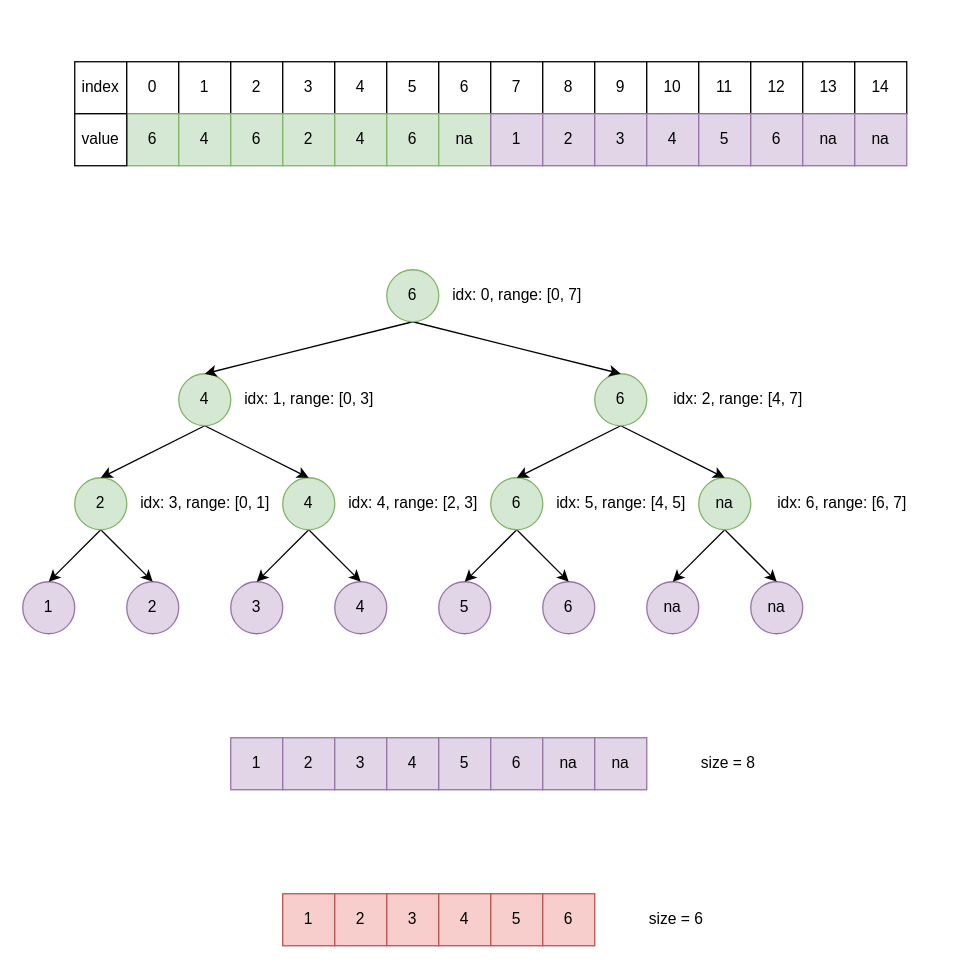
ZiqingYip/moment keeps this draw.io diagram as segment_tree.drawio. Above is the earlier version. Source tidied: cells renumbered, new cells numbered last; positions are measured from the earlier drawing's top-left corner, leaving out a move shared by most shapes. Both pictures are drawn from the tidied source at 130%, with x=0, y=0 at pixel (22, 61).
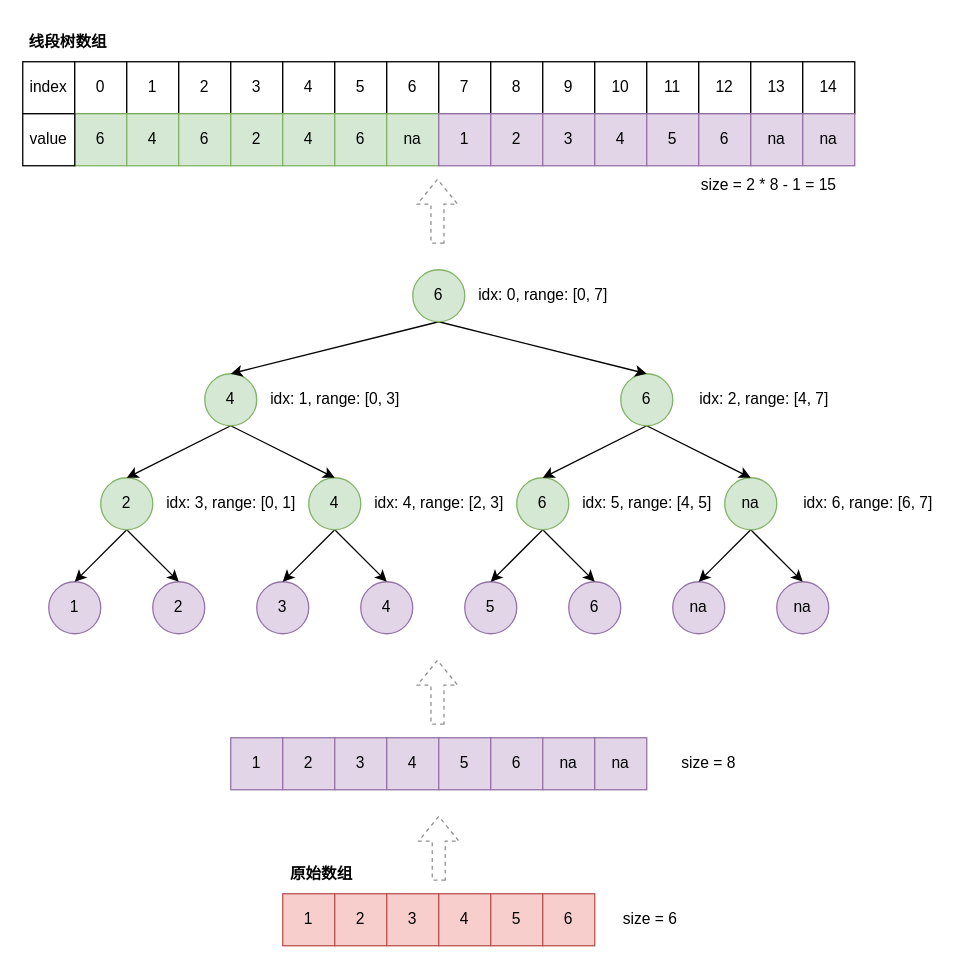
The same page after the edit.

The edit, as a diff of the source:
```diff
@@
     <mxCell id="16" value="1" style="ellipse;whiteSpace=wrap;html=1;fillColor=#e1d5e7;strokeColor=#9673a6;" parent="1" vertex="1">
-      <mxGeometry y="400" width="40" height="40" as="geometry" />
+      <mxGeometry x="20" y="400" width="40" height="40" as="geometry" />
     </mxCell>
     <mxCell id="17" value="2" style="ellipse;whiteSpace=wrap;html=1;fillColor=#e1d5e7;strokeColor=#9673a6;" parent="1" vertex="1">
-      <mxGeometry x="80" y="400" width="40" height="40" as="geometry" />
+      <mxGeometry x="100" y="400" width="40" height="40" as="geometry" />
     </mxCell>
     <mxCell id="18" value="3" style="ellipse;whiteSpace=wrap;html=1;fillColor=#e1d5e7;strokeColor=#9673a6;" parent="1" vertex="1">
-      <mxGeometry x="160" y="400" width="40" height="40" as="geometry" />
+      <mxGeometry x="180" y="400" width="40" height="40" as="geometry" />
     </mxCell>
     <mxCell id="19" value="4" style="ellipse;whiteSpace=wrap;html=1;fillColor=#e1d5e7;strokeColor=#9673a6;" parent="1" vertex="1">
-      <mxGeometry x="240" y="400" width="40" height="40" as="geometry" />
+      <mxGeometry x="260" y="400" width="40" height="40" as="geometry" />
     </mxCell>
     <mxCell id="20" value="5" style="ellipse;whiteSpace=wrap;html=1;fillColor=#e1d5e7;strokeColor=#9673a6;" parent="1" vertex="1">
-      <mxGeometry x="320" y="400" width="40" height="40" as="geometry" />
+      <mxGeometry x="340" y="400" width="40" height="40" as="geometry" />
     </mxCell>
     <mxCell id="21" value="6" style="ellipse;whiteSpace=wrap;html=1;fillColor=#e1d5e7;strokeColor=#9673a6;" parent="1" vertex="1">
-      <mxGeometry x="400" y="400" width="40" height="40" as="geometry" />
+      <mxGeometry x="420" y="400" width="40" height="40" as="geometry" />
     </mxCell>
     <mxCell id="22" value="na" style="ellipse;whiteSpace=wrap;html=1;fillColor=#e1d5e7;strokeColor=#9673a6;" parent="1" vertex="1">
-      <mxGeometry x="480" y="400" width="40" height="40" as="geometry" />
+      <mxGeometry x="500" y="400" width="40" height="40" as="geometry" />
     </mxCell>
     <mxCell id="23" value="na" style="ellipse;whiteSpace=wrap;html=1;fillColor=#e1d5e7;strokeColor=#9673a6;" parent="1" vertex="1">
-      <mxGeometry x="560" y="400" width="40" height="40" as="geometry" />
+      <mxGeometry x="580" y="400" width="40" height="40" as="geometry" />
     </mxCell>
@@
     <mxCell id="26" value="2" style="ellipse;whiteSpace=wrap;html=1;fillColor=#d5e8d4;strokeColor=#82b366;" parent="1" vertex="1">
-      <mxGeometry x="40" y="320" width="40" height="40" as="geometry" />
+      <mxGeometry x="60" y="320" width="40" height="40" as="geometry" />
     </mxCell>
@@
     <mxCell id="29" value="na" style="ellipse;whiteSpace=wrap;html=1;fillColor=#d5e8d4;strokeColor=#82b366;" parent="1" vertex="1">
-      <mxGeometry x="520" y="320" width="40" height="40" as="geometry" />
+      <mxGeometry x="540" y="320" width="40" height="40" as="geometry" />
     </mxCell>
@@
     <mxCell id="32" value="4" style="ellipse;whiteSpace=wrap;html=1;fillColor=#d5e8d4;strokeColor=#82b366;" parent="1" vertex="1">
-      <mxGeometry x="200" y="320" width="40" height="40" as="geometry" />
+      <mxGeometry x="220" y="320" width="40" height="40" as="geometry" />
     </mxCell>
@@
     <mxCell id="35" value="6" style="ellipse;whiteSpace=wrap;html=1;fillColor=#d5e8d4;strokeColor=#82b366;" parent="1" vertex="1">
-      <mxGeometry x="360" y="320" width="40" height="40" as="geometry" />
+      <mxGeometry x="380" y="320" width="40" height="40" as="geometry" />
     </mxCell>
@@
     <mxCell id="38" value="4" style="ellipse;whiteSpace=wrap;html=1;fillColor=#d5e8d4;strokeColor=#82b366;" parent="1" vertex="1">
-      <mxGeometry x="120" y="240" width="40" height="40" as="geometry" />
+      <mxGeometry x="140" y="240" width="40" height="40" as="geometry" />
     </mxCell>
@@
     <mxCell id="41" value="6" style="ellipse;whiteSpace=wrap;html=1;fillColor=#d5e8d4;strokeColor=#82b366;" parent="1" vertex="1">
-      <mxGeometry x="440" y="240" width="40" height="40" as="geometry" />
+      <mxGeometry x="460" y="240" width="40" height="40" as="geometry" />
     </mxCell>
@@
     <mxCell id="44" value="6" style="ellipse;whiteSpace=wrap;html=1;fillColor=#d5e8d4;strokeColor=#82b366;" parent="1" vertex="1">
-      <mxGeometry x="280" y="160" width="40" height="40" as="geometry" />
+      <mxGeometry x="300" y="160" width="40" height="40" as="geometry" />
     </mxCell>
     <mxCell id="45" value="idx: 0, range: [0, 7]" style="text;html=1;align=center;verticalAlign=middle;strokeColor=none;fillColor=none;" parent="1" vertex="1">
-      <mxGeometry x="320" y="165" width="120" height="30" as="geometry" />
+      <mxGeometry x="340" y="165" width="120" height="30" as="geometry" />
     </mxCell>
     <mxCell id="46" value="idx: 1, range: [0, 3]" style="text;html=1;align=center;verticalAlign=middle;strokeColor=none;fillColor=none;" parent="1" vertex="1">
-      <mxGeometry x="160" y="245" width="120" height="30" as="geometry" />
+      <mxGeometry x="180" y="245" width="120" height="30" as="geometry" />
     </mxCell>
     <mxCell id="47" value="idx: 2, range: [4, 7]" style="text;html=1;align=center;verticalAlign=middle;strokeColor=none;fillColor=none;" parent="1" vertex="1">
-      <mxGeometry x="490" y="245" width="120" height="30" as="geometry" />
+      <mxGeometry x="510" y="245" width="120" height="30" as="geometry" />
     </mxCell>
     <mxCell id="48" value="idx: 3, range: [0, 1]" style="text;html=1;align=center;verticalAlign=middle;strokeColor=none;fillColor=none;" parent="1" vertex="1">
-      <mxGeometry x="80" y="325" width="120" height="30" as="geometry" />
+      <mxGeometry x="100" y="325" width="120" height="30" as="geometry" />
     </mxCell>
     <mxCell id="49" value="idx: 4, range: [2, 3]" style="text;html=1;align=center;verticalAlign=middle;strokeColor=none;fillColor=none;" parent="1" vertex="1">
-      <mxGeometry x="240" y="325" width="120" height="30" as="geometry" />
+      <mxGeometry x="260" y="325" width="120" height="30" as="geometry" />
     </mxCell>
     <mxCell id="50" value="idx: 5, range: [4, 5]" style="text;html=1;align=center;verticalAlign=middle;strokeColor=none;fillColor=none;" parent="1" vertex="1">
-      <mxGeometry x="400" y="325" width="120" height="30" as="geometry" />
+      <mxGeometry x="420" y="325" width="120" height="30" as="geometry" />
     </mxCell>
     <mxCell id="51" value="idx: 6, range: [6, 7]" style="text;html=1;align=center;verticalAlign=middle;strokeColor=none;fillColor=none;" parent="1" vertex="1">
-      <mxGeometry x="570" y="325" width="120" height="30" as="geometry" />
+      <mxGeometry x="590" y="325" width="120" height="30" as="geometry" />
     </mxCell>
     <mxCell id="52" value="size = 6" style="text;html=1;align=left;verticalAlign=middle;strokeColor=none;fillColor=none;" parent="1" vertex="1">
-      <mxGeometry x="480" y="645" width="70" height="30" as="geometry" />
+      <mxGeometry x="460" y="645" width="70" height="30" as="geometry" />
     </mxCell>
     <mxCell id="53" value="size = 8" style="text;html=1;align=left;verticalAlign=middle;strokeColor=none;fillColor=none;" parent="1" vertex="1">
-      <mxGeometry x="520" y="525" width="70" height="30" as="geometry" />
+      <mxGeometry x="505" y="525" width="70" height="30" as="geometry" />
     </mxCell>
     <mxCell id="54" value="index" style="rounded=0;whiteSpace=wrap;html=1;" parent="1" vertex="1">
-      <mxGeometry x="40" width="40" height="40" as="geometry" />
+      <mxGeometry width="40" height="40" as="geometry" />
     </mxCell>
     <mxCell id="55" value="0" style="rounded=0;whiteSpace=wrap;html=1;" parent="1" vertex="1">
-      <mxGeometry x="80" width="40" height="40" as="geometry" />
+      <mxGeometry x="40" width="40" height="40" as="geometry" />
     </mxCell>
     <mxCell id="56" value="1" style="rounded=0;whiteSpace=wrap;html=1;" parent="1" vertex="1">
-      <mxGeometry x="120" width="40" height="40" as="geometry" />
+      <mxGeometry x="80" width="40" height="40" as="geometry" />
     </mxCell>
     <mxCell id="57" value="2" style="rounded=0;whiteSpace=wrap;html=1;" parent="1" vertex="1">
-      <mxGeometry x="160" width="40" height="40" as="geometry" />
+      <mxGeometry x="120" width="40" height="40" as="geometry" />
     </mxCell>
     <mxCell id="58" value="3" style="rounded=0;whiteSpace=wrap;html=1;" parent="1" vertex="1">
-      <mxGeometry x="200" width="40" height="40" as="geometry" />
+      <mxGeometry x="160" width="40" height="40" as="geometry" />
     </mxCell>
     <mxCell id="59" value="4" style="rounded=0;whiteSpace=wrap;html=1;" parent="1" vertex="1">
-      <mxGeometry x="240" width="40" height="40" as="geometry" />
+      <mxGeometry x="200" width="40" height="40" as="geometry" />
     </mxCell>
     <mxCell id="60" value="5" style="rounded=0;whiteSpace=wrap;html=1;" parent="1" vertex="1">
-      <mxGeometry x="280" width="40" height="40" as="geometry" />
+      <mxGeometry x="240" width="40" height="40" as="geometry" />
     </mxCell>
     <mxCell id="61" value="6" style="rounded=0;whiteSpace=wrap;html=1;" parent="1" vertex="1">
-      <mxGeometry x="320" width="40" height="40" as="geometry" />
+      <mxGeometry x="280" width="40" height="40" as="geometry" />
     </mxCell>
     <mxCell id="62" value="7" style="rounded=0;whiteSpace=wrap;html=1;" parent="1" vertex="1">
-      <mxGeometry x="360" width="40" height="40" as="geometry" />
+      <mxGeometry x="320" width="40" height="40" as="geometry" />
     </mxCell>
     <mxCell id="63" value="8" style="rounded=0;whiteSpace=wrap;html=1;" parent="1" vertex="1">
-      <mxGeometry x="400" width="40" height="40" as="geometry" />
+      <mxGeometry x="360" width="40" height="40" as="geometry" />
     </mxCell>
     <mxCell id="64" value="9" style="rounded=0;whiteSpace=wrap;html=1;" parent="1" vertex="1">
-      <mxGeometry x="440" width="40" height="40" as="geometry" />
+      <mxGeometry x="400" width="40" height="40" as="geometry" />
     </mxCell>
     <mxCell id="65" value="10" style="rounded=0;whiteSpace=wrap;html=1;" parent="1" vertex="1">
-      <mxGeometry x="480" width="40" height="40" as="geometry" />
+      <mxGeometry x="440" width="40" height="40" as="geometry" />
     </mxCell>
     <mxCell id="66" value="11" style="rounded=0;whiteSpace=wrap;html=1;" parent="1" vertex="1">
-      <mxGeometry x="520" width="40" height="40" as="geometry" />
+      <mxGeometry x="480" width="40" height="40" as="geometry" />
     </mxCell>
     <mxCell id="67" value="12" style="rounded=0;whiteSpace=wrap;html=1;" parent="1" vertex="1">
-      <mxGeometry x="560" width="40" height="40" as="geometry" />
+      <mxGeometry x="520" width="40" height="40" as="geometry" />
     </mxCell>
     <mxCell id="68" value="13" style="rounded=0;whiteSpace=wrap;html=1;" parent="1" vertex="1">
-      <mxGeometry x="600" width="40" height="40" as="geometry" />
+      <mxGeometry x="560" width="40" height="40" as="geometry" />
     </mxCell>
     <mxCell id="69" value="14" style="rounded=0;whiteSpace=wrap;html=1;" parent="1" vertex="1">
-      <mxGeometry x="640" width="40" height="40" as="geometry" />
+      <mxGeometry x="600" width="40" height="40" as="geometry" />
     </mxCell>
     <mxCell id="70" value="6" style="rounded=0;whiteSpace=wrap;html=1;fillColor=#d5e8d4;strokeColor=#82b366;" parent="1" vertex="1">
-      <mxGeometry x="80" y="40" width="40" height="40" as="geometry" />
+      <mxGeometry x="40" y="40" width="40" height="40" as="geometry" />
     </mxCell>
     <mxCell id="71" value="4" style="rounded=0;whiteSpace=wrap;html=1;fillColor=#d5e8d4;strokeColor=#82b366;" parent="1" vertex="1">
-      <mxGeometry x="120" y="40" width="40" height="40" as="geometry" />
+      <mxGeometry x="80" y="40" width="40" height="40" as="geometry" />
     </mxCell>
     <mxCell id="72" value="6" style="rounded=0;whiteSpace=wrap;html=1;fillColor=#d5e8d4;strokeColor=#82b366;" parent="1" vertex="1">
-      <mxGeometry x="160" y="40" width="40" height="40" as="geometry" />
+      <mxGeometry x="120" y="40" width="40" height="40" as="geometry" />
     </mxCell>
     <mxCell id="73" value="2" style="rounded=0;whiteSpace=wrap;html=1;fillColor=#d5e8d4;strokeColor=#82b366;" parent="1" vertex="1">
-      <mxGeometry x="200" y="40" width="40" height="40" as="geometry" />
+      <mxGeometry x="160" y="40" width="40" height="40" as="geometry" />
     </mxCell>
     <mxCell id="74" value="4" style="rounded=0;whiteSpace=wrap;html=1;fillColor=#d5e8d4;strokeColor=#82b366;" parent="1" vertex="1">
-      <mxGeometry x="240" y="40" width="40" height="40" as="geometry" />
+      <mxGeometry x="200" y="40" width="40" height="40" as="geometry" />
     </mxCell>
     <mxCell id="75" value="6" style="rounded=0;whiteSpace=wrap;html=1;fillColor=#d5e8d4;strokeColor=#82b366;" parent="1" vertex="1">
-      <mxGeometry x="280" y="40" width="40" height="40" as="geometry" />
+      <mxGeometry x="240" y="40" width="40" height="40" as="geometry" />
     </mxCell>
     <mxCell id="76" value="na" style="rounded=0;whiteSpace=wrap;html=1;fillColor=#d5e8d4;strokeColor=#82b366;" parent="1" vertex="1">
-      <mxGeometry x="320" y="40" width="40" height="40" as="geometry" />
+      <mxGeometry x="280" y="40" width="40" height="40" as="geometry" />
     </mxCell>
     <mxCell id="77" value="1" style="rounded=0;whiteSpace=wrap;html=1;fillColor=#e1d5e7;strokeColor=#9673a6;" parent="1" vertex="1">
-      <mxGeometry x="360" y="40" width="40" height="40" as="geometry" />
+      <mxGeometry x="320" y="40" width="40" height="40" as="geometry" />
     </mxCell>
     <mxCell id="78" value="2" style="rounded=0;whiteSpace=wrap;html=1;fillColor=#e1d5e7;strokeColor=#9673a6;" parent="1" vertex="1">
-      <mxGeometry x="400" y="40" width="40" height="40" as="geometry" />
+      <mxGeometry x="360" y="40" width="40" height="40" as="geometry" />
     </mxCell>
     <mxCell id="79" value="3" style="rounded=0;whiteSpace=wrap;html=1;fillColor=#e1d5e7;strokeColor=#9673a6;" parent="1" vertex="1">
-      <mxGeometry x="440" y="40" width="40" height="40" as="geometry" />
+      <mxGeometry x="400" y="40" width="40" height="40" as="geometry" />
     </mxCell>
     <mxCell id="80" value="4" style="rounded=0;whiteSpace=wrap;html=1;fillColor=#e1d5e7;strokeColor=#9673a6;" parent="1" vertex="1">
-      <mxGeometry x="480" y="40" width="40" height="40" as="geometry" />
+      <mxGeometry x="440" y="40" width="40" height="40" as="geometry" />
     </mxCell>
     <mxCell id="81" value="5" style="rounded=0;whiteSpace=wrap;html=1;fillColor=#e1d5e7;strokeColor=#9673a6;" parent="1" vertex="1">
-      <mxGeometry x="520" y="40" width="40" height="40" as="geometry" />
+      <mxGeometry x="480" y="40" width="40" height="40" as="geometry" />
     </mxCell>
     <mxCell id="82" value="6" style="rounded=0;whiteSpace=wrap;html=1;fillColor=#e1d5e7;strokeColor=#9673a6;" parent="1" vertex="1">
-      <mxGeometry x="560" y="40" width="40" height="40" as="geometry" />
+      <mxGeometry x="520" y="40" width="40" height="40" as="geometry" />
     </mxCell>
     <mxCell id="83" value="na" style="rounded=0;whiteSpace=wrap;html=1;fillColor=#e1d5e7;strokeColor=#9673a6;" parent="1" vertex="1">
-      <mxGeometry x="600" y="40" width="40" height="40" as="geometry" />
+      <mxGeometry x="560" y="40" width="40" height="40" as="geometry" />
     </mxCell>
     <mxCell id="84" value="na" style="rounded=0;whiteSpace=wrap;html=1;fillColor=#e1d5e7;strokeColor=#9673a6;" parent="1" vertex="1">
-      <mxGeometry x="640" y="40" width="40" height="40" as="geometry" />
+      <mxGeometry x="600" y="40" width="40" height="40" as="geometry" />
     </mxCell>
     <mxCell id="85" value="value" style="rounded=0;whiteSpace=wrap;html=1;" parent="1" vertex="1">
-      <mxGeometry x="40" y="40" width="40" height="40" as="geometry" />
+      <mxGeometry y="40" width="40" height="40" as="geometry" />
     </mxCell>
+    <mxCell id="86" style="shape=flexArrow;endArrow=classic;html=1;rounded=0;dashed=1;strokeColor=#919191;" parent="1" edge="1">
+      <mxGeometry relative="1" as="geometry">
+        <mxPoint x="320" y="630" as="sourcePoint" />
+        <mxPoint x="320" y="580" as="targetPoint" />
+      </mxGeometry>
+    </mxCell>
+    <mxCell id="87" style="shape=flexArrow;endArrow=classic;html=1;rounded=0;dashed=1;strokeColor=#919191;" parent="1" edge="1">
+      <mxGeometry relative="1" as="geometry">
+        <mxPoint x="319" y="510" as="sourcePoint" />
+        <mxPoint x="319" y="460" as="targetPoint" />
+      </mxGeometry>
+    </mxCell>
+    <mxCell id="88" style="shape=flexArrow;endArrow=classic;html=1;rounded=0;dashed=1;strokeColor=#919191;" parent="1" edge="1">
+      <mxGeometry relative="1" as="geometry">
+        <mxPoint x="319" y="140" as="sourcePoint" />
+        <mxPoint x="319" y="90" as="targetPoint" />
+      </mxGeometry>
+    </mxCell>
+    <mxCell id="89" value="原始数组" style="text;html=1;strokeColor=none;fillColor=none;align=center;verticalAlign=middle;whiteSpace=wrap;rounded=0;fontStyle=1;" parent="1" vertex="1">
+      <mxGeometry x="200" y="610" width="60" height="30" as="geometry" />
+    </mxCell>
+    <mxCell id="90" value="线段树数组" style="text;html=1;strokeColor=none;fillColor=none;align=center;verticalAlign=middle;whiteSpace=wrap;rounded=0;fontStyle=1;" parent="1" vertex="1">
+      <mxGeometry y="-30" width="70" height="30" as="geometry" />
+    </mxCell>
+    <mxCell id="91" value="size = 2 * 8 - 1 = 15" style="text;html=1;align=left;verticalAlign=middle;strokeColor=none;fillColor=none;" parent="1" vertex="1">
+      <mxGeometry x="520" y="80" width="130" height="30" as="geometry" />
+    </mxCell>
```
